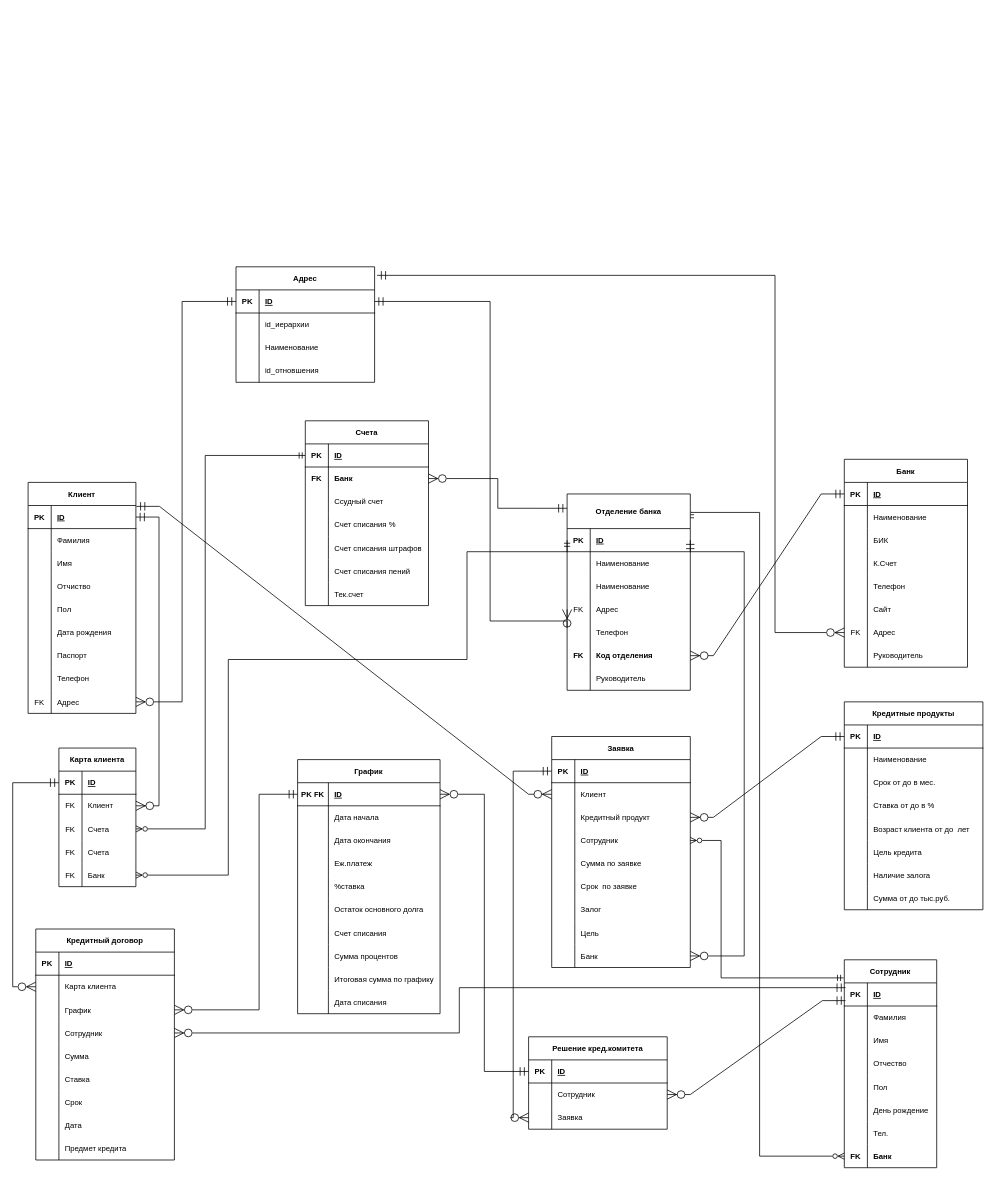
Earlier version of the draw.io diagram Кред Договора.drawio (RadmirSalikhov/otushomeworks). Source tidied: cells renumbered, new cells numbered last; positions are measured from the earlier drawing's top-left corner, leaving out a move shared by most shapes. Both pictures are drawn from the tidied source at 77%, with x=0, y=0 at pixel (12, 266).
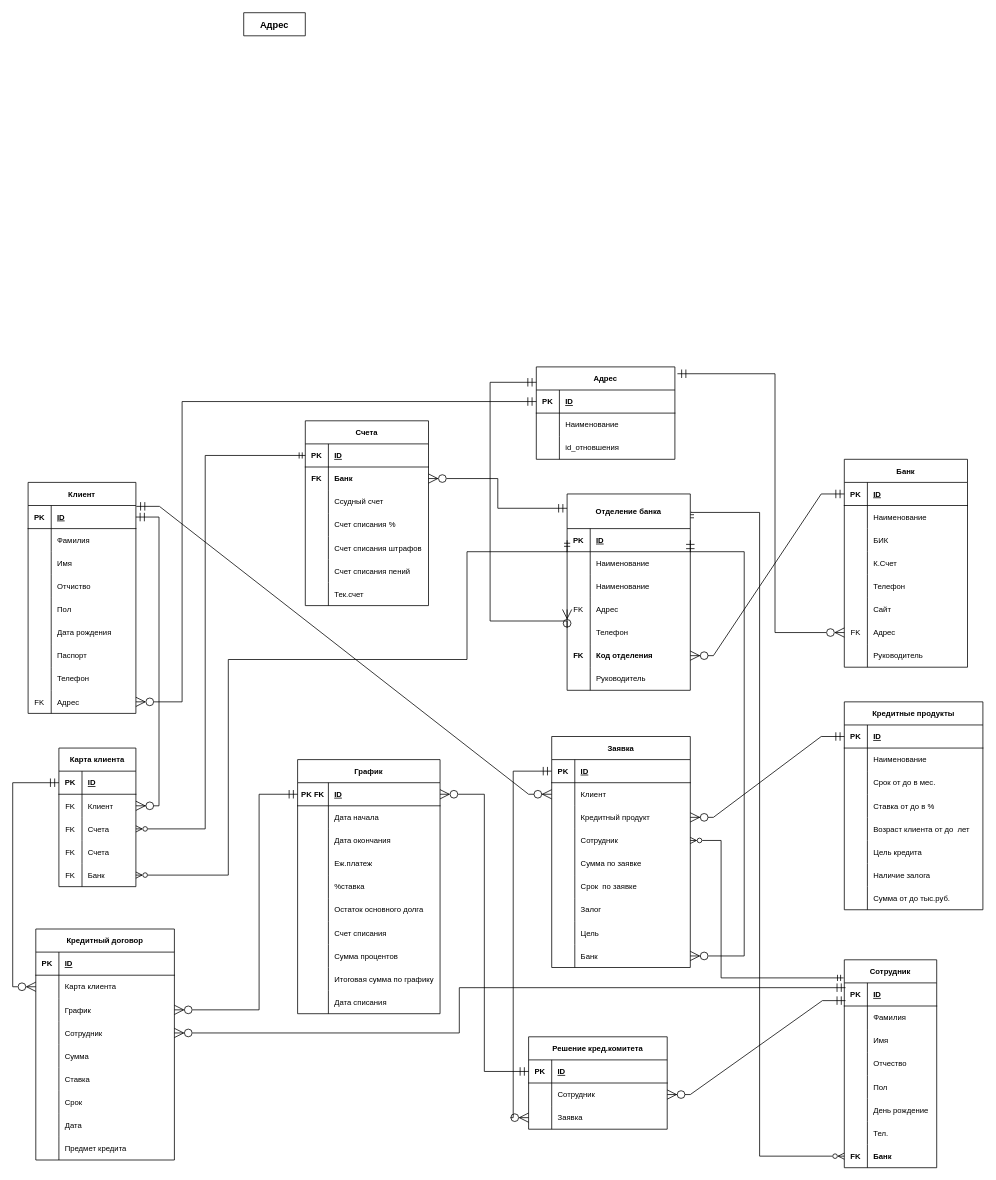
The same page after the edit.

Unchanged cells that the change refers to:
```xml
<mxCell id="27" style="shape=tableRow;horizontal=0;startSize=0;swimlaneHead=0;swimlaneBody=0;fillColor=none;points=[[0,0.5],[1,0.5]];portConstraint=eastwest;top=0;left=0;right=0;bottom=0;fontSize=10;" parent="2" vertex="1">
  <mxGeometry y="270" width="140" height="30" as="geometry" />
</mxCell>
<mxCell id="106" style="shape=tableRow;horizontal=0;startSize=0;swimlaneHead=0;swimlaneBody=0;fillColor=none;points=[[0,0.5],[1,0.5]];portConstraint=eastwest;top=0;left=0;right=0;bottom=0;fontSize=10;" parent="96" vertex="1">
  <mxGeometry y="135" width="160" height="30" as="geometry" />
</mxCell>
<mxCell id="137" style="shape=tableRow;horizontal=0;startSize=0;swimlaneHead=0;swimlaneBody=0;fillColor=none;points=[[0,0.5],[1,0.5]];portConstraint=eastwest;top=0;left=0;right=0;bottom=0;fontSize=10;" parent="118" vertex="1">
  <mxGeometry y="210" width="160" height="30" as="geometry" />
</mxCell>
<mxCell id="171" style="shape=tableRow;horizontal=0;startSize=0;swimlaneHead=0;swimlaneBody=0;fillColor=none;points=[[0,0.5],[1,0.5]];portConstraint=eastwest;top=0;left=0;right=0;bottom=1;fontSize=10;" parent="170" vertex="1">
  <mxGeometry y="30" width="180" height="30" as="geometry" />
</mxCell>
```

Diff of the diagram source:
```diff
@@
     <mxCell id="170" value="Адрес" style="shape=table;startSize=30;childLayout=tableLayout;rowLines=0;fontStyle=1;align=center;fontSize=10;" parent="1" vertex="1">
-      <mxGeometry x="290" width="180" height="150" as="geometry" />
+      <mxGeometry x="680" y="130" width="180" height="120" as="geometry" />
     </mxCell>
@@
-    <mxCell id="174" style="shape=tableRow;horizontal=0;startSize=0;swimlaneHead=0;swimlaneBody=0;fillColor=none;top=0;left=0;right=0;bottom=0;fontSize=10;" parent="170" vertex="1">
-      <mxGeometry y="60" width="180" height="30" as="geometry" />
-    </mxCell>
-    <mxCell id="175" style="shape=partialRectangle;fillColor=none;top=0;left=0;bottom=0;right=0;overflow=hidden;fontSize=10;" parent="174" vertex="1">
-      <mxGeometry width="30" height="30" as="geometry" />
-    </mxCell>
-    <mxCell id="176" value="id_иерархии" style="shape=partialRectangle;fillColor=none;top=0;left=0;bottom=0;right=0;align=left;spacingLeft=6;overflow=hidden;fontSize=10;" parent="174" vertex="1">
-      <mxGeometry x="30" width="150" height="30" as="geometry" />
-    </mxCell>
     <mxCell id="177" style="shape=tableRow;horizontal=0;startSize=0;swimlaneHead=0;swimlaneBody=0;fillColor=none;top=0;left=0;right=0;bottom=0;fontSize=10;" parent="170" vertex="1">
-      <mxGeometry y="90" width="180" height="30" as="geometry" />
+      <mxGeometry y="60" width="180" height="30" as="geometry" />
     </mxCell>
@@
     <mxCell id="180" style="shape=tableRow;horizontal=0;startSize=0;swimlaneHead=0;swimlaneBody=0;fillColor=none;top=0;left=0;right=0;bottom=0;fontSize=10;" parent="170" vertex="1">
-      <mxGeometry y="120" width="180" height="30" as="geometry" />
+      <mxGeometry y="90" width="180" height="30" as="geometry" />
     </mxCell>
@@
-    <mxCell id="290" style="edgeStyle=orthogonalEdgeStyle;rounded=0;jettySize=auto;html=1;exitX=1;exitY=0.5;exitDx=0;exitDy=0;entryX=0;entryY=0.5;entryDx=0;entryDy=0;fontSize=10;startArrow=ERmandOne;startFill=0;endArrow=ERzeroToMany;endFill=0;startSize=9;endSize=10;" parent="1" edge="1" source="171" target="106">
+    <mxCell id="290" style="edgeStyle=orthogonalEdgeStyle;rounded=0;jettySize=auto;html=1;entryX=0;entryY=0.5;entryDx=0;entryDy=0;fontSize=10;startArrow=ERmandOne;startFill=0;endArrow=ERzeroToMany;endFill=0;startSize=9;endSize=10;" parent="1" edge="1" target="106">
       <mxGeometry relative="1" as="geometry">
+        <mxPoint x="680" y="150" as="sourcePoint" />
         <Array as="points">
-          <mxPoint x="620" y="45" />
+          <mxPoint x="620" y="150" />
           <mxPoint x="620" y="460" />
+          <mxPoint x="720" y="460" />
         </Array>
       </mxGeometry>
     </mxCell>
     <mxCell id="291" style="edgeStyle=orthogonalEdgeStyle;rounded=0;jettySize=auto;html=1;exitX=1.018;exitY=0.074;exitDx=0;exitDy=0;entryX=0;entryY=0.5;entryDx=0;entryDy=0;fontSize=10;startArrow=ERmandOne;startFill=0;endArrow=ERzeroToMany;endFill=0;startSize=9;endSize=10;exitPerimeter=0;" parent="1" edge="1" source="170" target="137">
       <mxGeometry relative="1" as="geometry">
         <Array as="points">
-          <mxPoint x="990" y="11" />
+          <mxPoint x="990" y="139" />
           <mxPoint x="990" y="475" />
         </Array>
       </mxGeometry>
     </mxCell>
     <mxCell id="292" style="edgeStyle=orthogonalEdgeStyle;rounded=0;jettySize=auto;html=1;entryX=1;entryY=0.5;entryDx=0;entryDy=0;fontSize=10;startArrow=ERmandOne;startFill=0;endArrow=ERzeroToMany;endFill=0;startSize=9;endSize=10;exitX=0;exitY=0.5;exitDx=0;exitDy=0;" parent="1" edge="1" source="171" target="27">
       <mxGeometry relative="1" as="geometry">
         <Array as="points">
-          <mxPoint x="220" y="45" />
+          <mxPoint x="220" y="175" />
           <mxPoint x="220" y="565" />
         </Array>
       </mxGeometry>
     </mxCell>
@@
+    <mxCell id="294" value="Адрес" style="shape=table;startSize=30;childLayout=tableLayout;rowLines=0;fontStyle=1;align=center;" parent="1" vertex="1" collapsed="1">
+      <mxGeometry x="300" y="-330" width="80" height="30" as="geometry" />
+    </mxCell>
```
